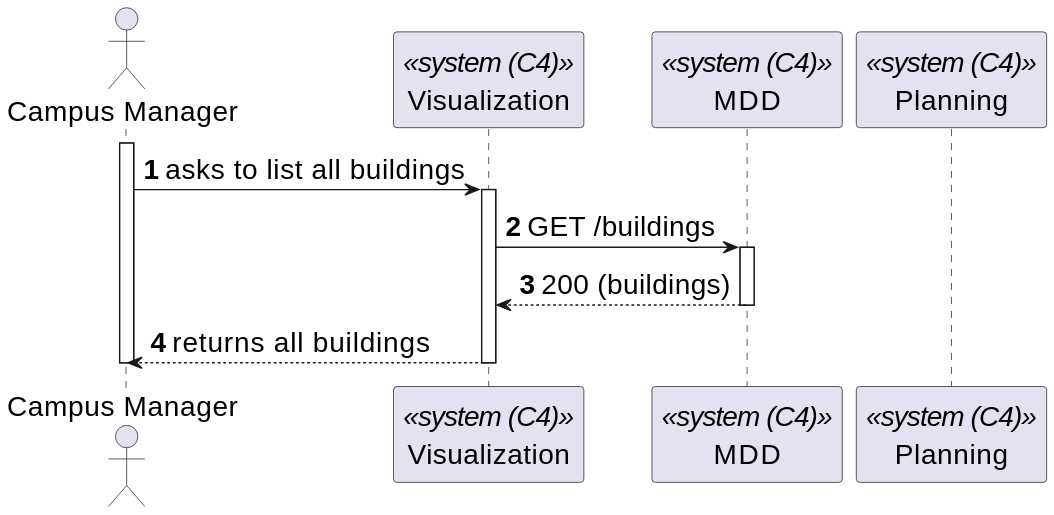
This is _wiki/sprint-b/us-1030/views/level-2/assets/process-view.svg from miseEnPlace-dev/lapr5, a PlantUML export, as it was before one commit. The source it was exported from:
```plantuml
@startuml
skinparamlocked defaultFontSize 20
autonumber

actor CM as "Campus Manager"
participant UI as "Visualization" <<system (C4)>>
participant MDD as "MDD" <<system (C4)>>
participant P as "Planning" <<system (C4)>>


activate CM

CM -> UI : asks to list all buildings
activate UI

UI -> MDD : GET /buildings
activate MDD
MDD --> UI : 200 (buildings)
deactivate MDD

CM <-- UI : returns all buildings
deactivate UI


deactivate CM
@enduml
```
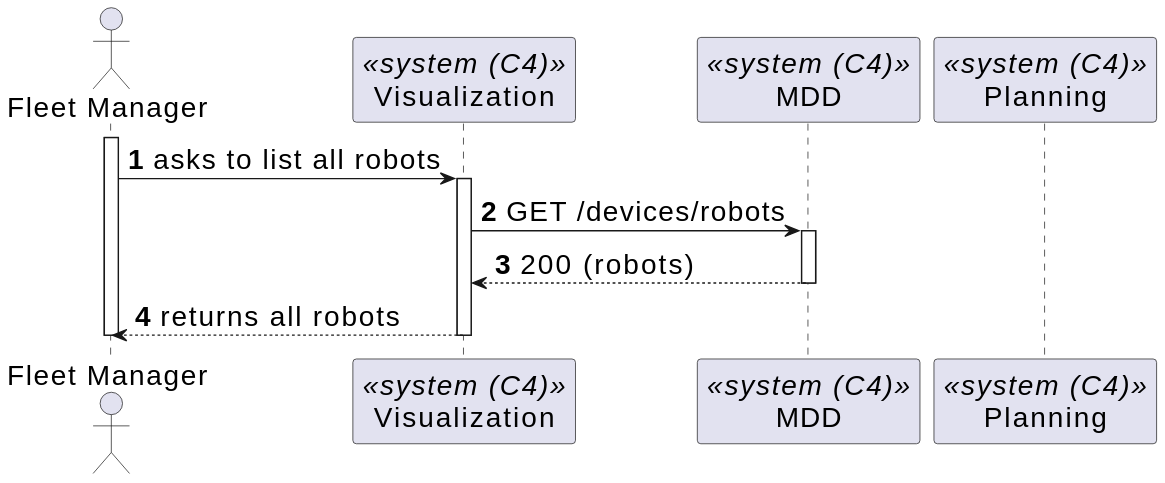
After the change.

Diff of the diagram source:
```diff
@@ -1,26 +1,24 @@
 @startuml
 skinparamlocked defaultFontSize 20
 autonumber
-
-actor CM as "Campus Manager"
+actor FM as "Fleet Manager"
 participant UI as "Visualization" <<system (C4)>>
 participant MDD as "MDD" <<system (C4)>>
 participant P as "Planning" <<system (C4)>>
 
+activate FM
 
-activate CM
-
-CM -> UI : asks to list all buildings
+FM -> UI : asks to list all robots
 activate UI
 
-UI -> MDD : GET /buildings
+UI -> MDD : GET /devices/robots
 activate MDD
-MDD --> UI : 200 (buildings)
+MDD --> UI : 200 (robots)
 deactivate MDD
 
-CM <-- UI : returns all buildings
+FM <-- UI : returns all robots
 deactivate UI
 
 
-deactivate CM
+deactivate FM
 @enduml
```
